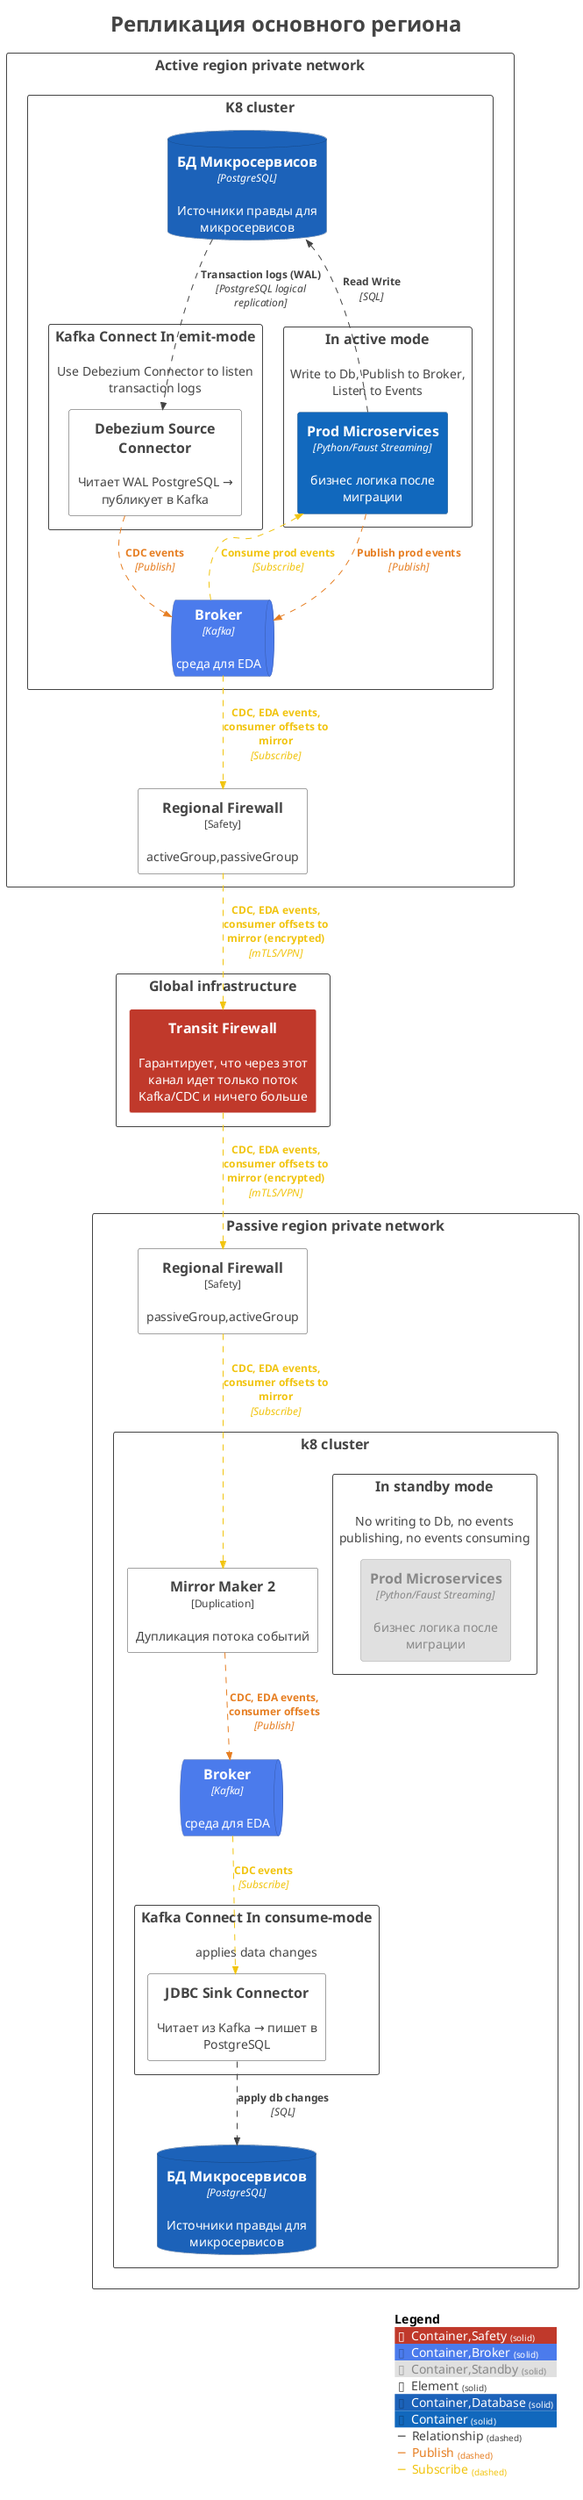
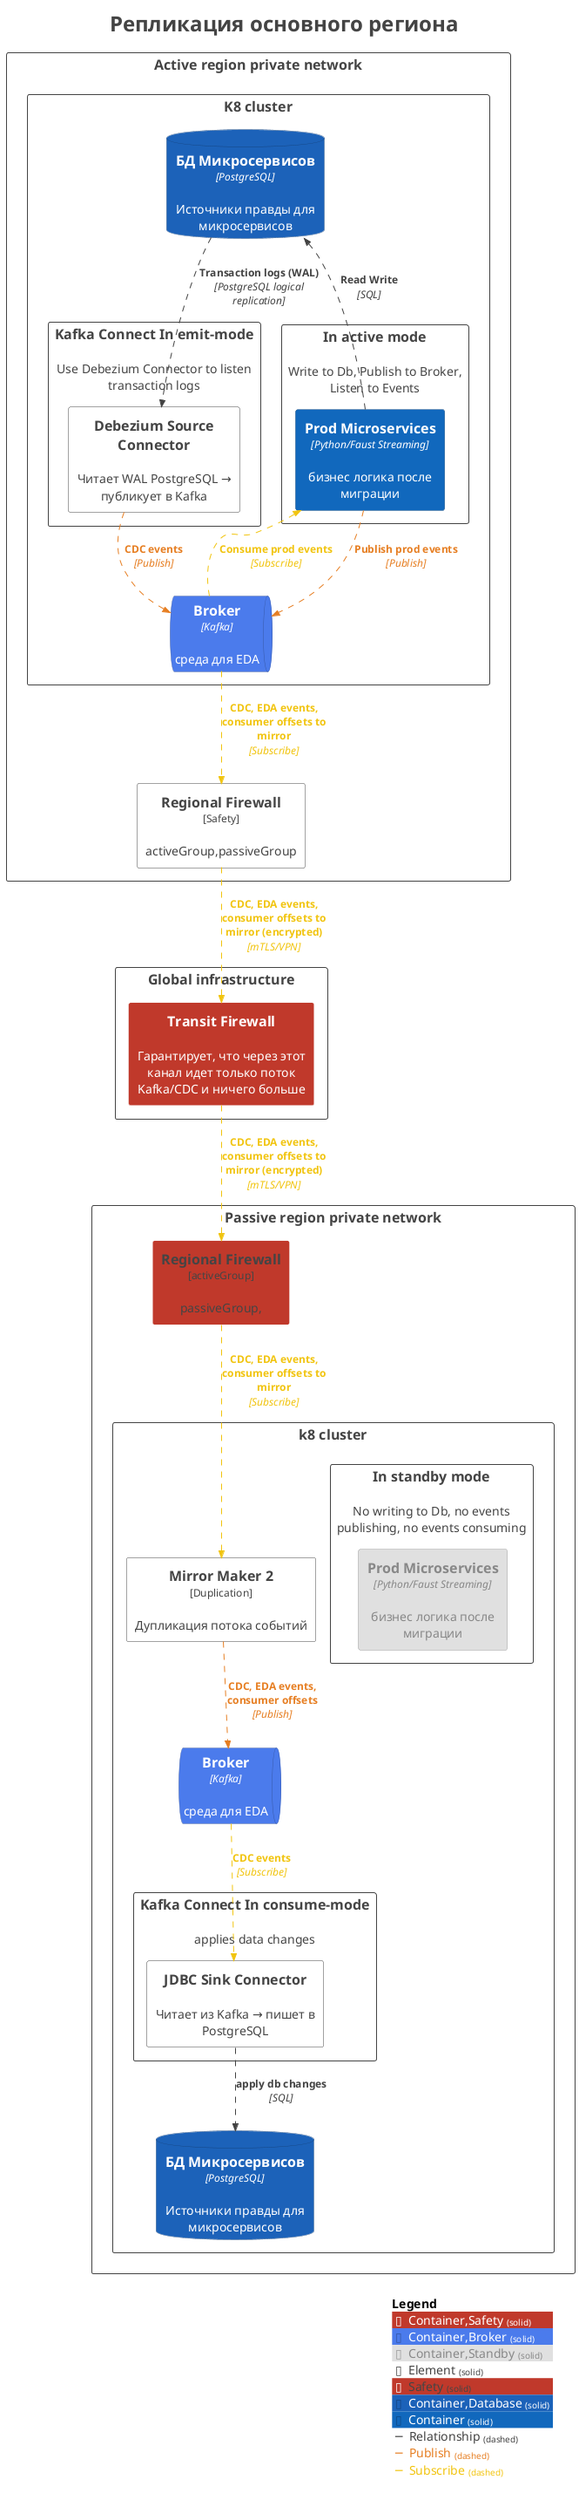
@startuml
title <size:24>Репликация основного региона</size>

set separator none
top to bottom direction

<style>
  root {
    BackgroundColor: #ffffff
    FontColor: #444444
  }
</style>

!include <C4/C4>
!include <C4/C4_Context>
!include <C4/C4_Container>
!include <C4/C4_Deployment>

AddElementTag("Container,Safety", $bgColor="#c0392b", $borderColor="#ffffff", $fontColor="#ffffff", $sprite="", $shadowing="", $borderStyle="solid")
AddElementTag("Container,Broker", $bgColor="#4b7bec", $borderColor="#3456a5", $fontColor="#ffffff", $sprite="", $shadowing="", $borderStyle="solid")
AddElementTag("Container,Standby", $bgColor="#e0e0e0", $borderColor="#9c9c9c", $fontColor="#888888", $sprite="", $shadowing="", $borderStyle="solid")
AddElementTag("Element", $bgColor="#ffffff", $borderColor="#444444", $fontColor="#444444", $sprite="", $shadowing="", $borderStyle="solid")
+ AddElementTag("Safety", $bgColor="#c0392b", $borderColor="#ffffff", $fontColor="#444444", $sprite="", $shadowing="", $borderStyle="solid")
AddElementTag("Container,Database", $bgColor="#1c62b9", $borderColor="#134481", $fontColor="#ffffff", $sprite="", $shadowing="", $borderStyle="solid")
AddElementTag("Container", $bgColor="#1168bd", $borderColor="#0b4884", $fontColor="#ffffff", $sprite="", $shadowing="", $borderStyle="solid")

AddRelTag("Relationship", $textColor="#424242", $lineColor="#424242", $lineStyle = DashedLine())
AddRelTag("Publish", $textColor="#e67e22", $lineColor="#e67e22", $lineStyle = DashedLine())
AddRelTag("Subscribe", $textColor="#f1c40f", $lineColor="#f1c40f", $lineStyle = DashedLine())

Deployment_Node(ActivePassiveRegionDeployment.Activeregionprivatenetwork, "Active region private network", $type="", $descr="", $tags="Element", $link="") {
  Deployment_Node(ActivePassiveRegionDeployment.Activeregionprivatenetwork.K8cluster, "K8 cluster", $type="", $descr="", $tags="Element", $link="") {
    Deployment_Node(ActivePassiveRegionDeployment.Activeregionprivatenetwork.K8cluster.Inactivemode, "In active mode", $type="", $descr="Write to Db, Publish to Broker, Listen to Events", $tags="Element", $link="") {
      Container(ActivePassiveRegionDeployment.Activeregionprivatenetwork.K8cluster.Inactivemode.ProdMicroservices_1, "Prod Microservices", $techn="Python/Faust Streaming", $descr="бизнес логика после миграции", $tags="Container", $link="")
    }

    ContainerDb(ActivePassiveRegionDeployment.Activeregionprivatenetwork.K8cluster.БДМикросервисов_1, "БД Микросервисов", $techn="PostgreSQL", $descr="Источники правды для микросервисов", $tags="Container,Database", $link="")
    ContainerQueue(ActivePassiveRegionDeployment.Activeregionprivatenetwork.K8cluster.Broker_1, "Broker", $techn="Kafka", $descr="среда для EDA", $tags="Container,Broker", $link="")
    Deployment_Node(ActivePassiveRegionDeployment.Activeregionprivatenetwork.K8cluster.KafkaConnectInemitmode, "Kafka Connect In emit-mode", $type="", $descr="Use Debezium Connector to listen transaction logs", $tags="Element", $link="") {
      Deployment_Node(ActivePassiveRegionDeployment.Activeregionprivatenetwork.K8cluster.KafkaConnectInemitmode.DebeziumSourceConnector, "Debezium Source Connector", $type="", $descr="Читает WAL PostgreSQL → публикует в Kafka", $tags="Element", $link="")
    }

  }

  Deployment_Node(ActivePassiveRegionDeployment.Activeregionprivatenetwork.RegionalFirewall, "Regional Firewall", $type="Safety", $descr="activeGroup,passiveGroup", $tags="Element", $link="")
}

Deployment_Node(ActivePassiveRegionDeployment.Passiveregionprivatenetwork, "Passive region private network", $type="", $descr="", $tags="Element", $link="") {
  Deployment_Node(ActivePassiveRegionDeployment.Passiveregionprivatenetwork.k8cluster, "k8 cluster", $type="", $descr="", $tags="Element", $link="") {
    Deployment_Node(ActivePassiveRegionDeployment.Passiveregionprivatenetwork.k8cluster.Instandbymode, "In standby mode", $type="", $descr="No writing to Db, no events publishing, no events consuming", $tags="Element", $link="") {
      Container(ActivePassiveRegionDeployment.Passiveregionprivatenetwork.k8cluster.Instandbymode.ProdMicroservices_1, "Prod Microservices", $techn="Python/Faust Streaming", $descr="бизнес логика после миграции", $tags="Container,Standby", $link="")
    }

    ContainerDb(ActivePassiveRegionDeployment.Passiveregionprivatenetwork.k8cluster.БДМикросервисов_1, "БД Микросервисов", $techn="PostgreSQL", $descr="Источники правды для микросервисов", $tags="Container,Database", $link="")
    ContainerQueue(ActivePassiveRegionDeployment.Passiveregionprivatenetwork.k8cluster.Broker_1, "Broker", $techn="Kafka", $descr="среда для EDA", $tags="Container,Broker", $link="")
    Deployment_Node(ActivePassiveRegionDeployment.Passiveregionprivatenetwork.k8cluster.MirrorMaker2, "Mirror Maker 2", $type="Duplication", $descr="Дупликация потока событий", $tags="Element", $link="")
    Deployment_Node(ActivePassiveRegionDeployment.Passiveregionprivatenetwork.k8cluster.KafkaConnectInconsumemode, "Kafka Connect In consume-mode", $type="", $descr="applies data changes", $tags="Element", $link="") {
      Deployment_Node(ActivePassiveRegionDeployment.Passiveregionprivatenetwork.k8cluster.KafkaConnectInconsumemode.JDBCSinkConnector, "JDBC Sink Connector", $type="", $descr="Читает из Kafka → пишет в PostgreSQL", $tags="Element", $link="")
    }

  }

-   Deployment_Node(ActivePassiveRegionDeployment.Passiveregionprivatenetwork.RegionalFirewall, "Regional Firewall", $type="Safety", $descr="passiveGroup,activeGroup", $tags="Element", $link="")
+   Deployment_Node(ActivePassiveRegionDeployment.Passiveregionprivatenetwork.RegionalFirewall, "Regional Firewall", $type="activeGroup", $descr="passiveGroup,", $tags="Safety", $link="")
}

Deployment_Node(ActivePassiveRegionDeployment.Globalinfrastructure, "Global infrastructure", $type="", $descr="", $tags="Element", $link="") {
  Container(ActivePassiveRegionDeployment.Globalinfrastructure.TransitFirewall_1, "Transit Firewall", $techn="", $descr="Гарантирует, что через этот канал идет только поток Kafka/CDC и ничего больше", $tags="Container,Safety", $link="")
}

Rel(ActivePassiveRegionDeployment.Activeregionprivatenetwork.K8cluster.Inactivemode.ProdMicroservices_1, ActivePassiveRegionDeployment.Activeregionprivatenetwork.K8cluster.БДМикросервисов_1, "Read Write", $techn="SQL", $tags="Relationship", $link="")
Rel(ActivePassiveRegionDeployment.Activeregionprivatenetwork.K8cluster.Broker_1, ActivePassiveRegionDeployment.Activeregionprivatenetwork.K8cluster.Inactivemode.ProdMicroservices_1, "Consume prod events", $techn="Subscribe", $tags="Subscribe", $link="")
Rel(ActivePassiveRegionDeployment.Activeregionprivatenetwork.K8cluster.Inactivemode.ProdMicroservices_1, ActivePassiveRegionDeployment.Activeregionprivatenetwork.K8cluster.Broker_1, "Publish prod events", $techn="Publish", $tags="Publish", $link="")
Rel(ActivePassiveRegionDeployment.Activeregionprivatenetwork.K8cluster.KafkaConnectInemitmode.DebeziumSourceConnector, ActivePassiveRegionDeployment.Activeregionprivatenetwork.K8cluster.Broker_1, "CDC events", $techn="Publish", $tags="Publish", $link="")
Rel(ActivePassiveRegionDeployment.Activeregionprivatenetwork.K8cluster.БДМикросервисов_1, ActivePassiveRegionDeployment.Activeregionprivatenetwork.K8cluster.KafkaConnectInemitmode.DebeziumSourceConnector, "Transaction logs (WAL)", $techn="PostgreSQL logical replication", $tags="Relationship", $link="")
Rel(ActivePassiveRegionDeployment.Activeregionprivatenetwork.K8cluster.Broker_1, ActivePassiveRegionDeployment.Activeregionprivatenetwork.RegionalFirewall, "CDC, EDA events, consumer offsets to mirror", $techn="Subscribe", $tags="Subscribe", $link="")
Rel(ActivePassiveRegionDeployment.Passiveregionprivatenetwork.k8cluster.MirrorMaker2, ActivePassiveRegionDeployment.Passiveregionprivatenetwork.k8cluster.Broker_1, "CDC, EDA events, consumer offsets", $techn="Publish", $tags="Publish", $link="")
Rel(ActivePassiveRegionDeployment.Passiveregionprivatenetwork.k8cluster.Broker_1, ActivePassiveRegionDeployment.Passiveregionprivatenetwork.k8cluster.KafkaConnectInconsumemode.JDBCSinkConnector, "CDC events", $techn="Subscribe", $tags="Subscribe", $link="")
Rel(ActivePassiveRegionDeployment.Passiveregionprivatenetwork.k8cluster.KafkaConnectInconsumemode.JDBCSinkConnector, ActivePassiveRegionDeployment.Passiveregionprivatenetwork.k8cluster.БДМикросервисов_1, "apply db changes", $techn="SQL", $tags="Relationship", $link="")
Rel(ActivePassiveRegionDeployment.Passiveregionprivatenetwork.RegionalFirewall, ActivePassiveRegionDeployment.Passiveregionprivatenetwork.k8cluster.MirrorMaker2, "CDC, EDA events, consumer offsets to mirror", $techn="Subscribe", $tags="Subscribe", $link="")
Rel(ActivePassiveRegionDeployment.Activeregionprivatenetwork.RegionalFirewall, ActivePassiveRegionDeployment.Globalinfrastructure.TransitFirewall_1, "CDC, EDA events, consumer offsets to mirror (encrypted)", $techn="mTLS/VPN", $tags="Subscribe", $link="")
Rel(ActivePassiveRegionDeployment.Globalinfrastructure.TransitFirewall_1, ActivePassiveRegionDeployment.Passiveregionprivatenetwork.RegionalFirewall, "CDC, EDA events, consumer offsets to mirror (encrypted)", $techn="mTLS/VPN", $tags="Subscribe", $link="")

SHOW_LEGEND(true)
hide stereotypes
@enduml